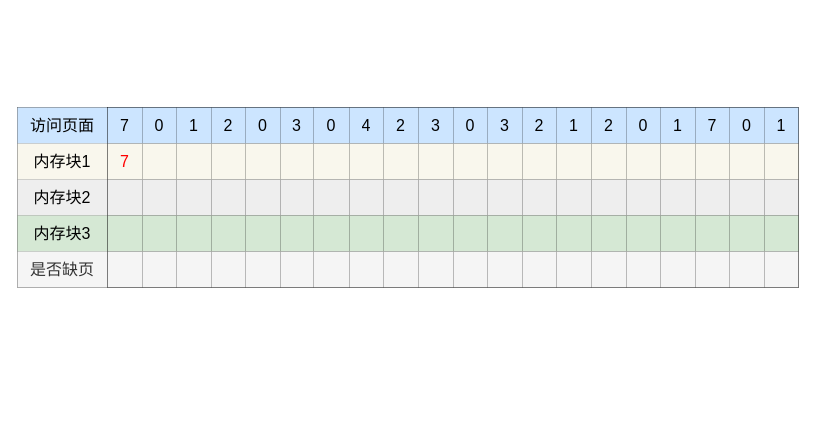
cwlili/axiu_img keeps this draw.io diagram as page "操作系统-57-1" (12 of 12) of OS.drawio. Above is the earlier version. Source tidied: cells renumbered, new cells numbered last; positions are measured from the earlier drawing's top-left corner, leaving out a move shared by most shapes. Both pictures are drawn from the tidied source at 100%, with x=0, y=0 at pixel (17, 107).
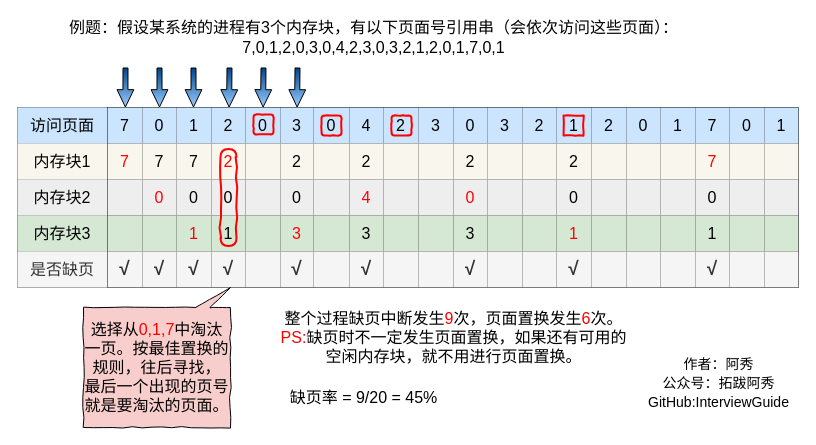
The same diagram, later.

The change refers to these unchanged cells:
```xml
<mxCell id="35" style="shape=partialRectangle;html=1;whiteSpace=wrap;fillColor=none;top=0;left=0;bottom=0;right=0;" parent="13" vertex="1">
  <mxGeometry y="36" width="691" height="36" as="geometry" />
</mxCell>
<mxCell id="56" style="shape=partialRectangle;html=1;whiteSpace=wrap;fillColor=none;top=0;left=0;bottom=0;right=0;" parent="13" vertex="1">
  <mxGeometry y="72" width="691" height="36" as="geometry" />
</mxCell>
<mxCell id="77" style="shape=partialRectangle;html=1;whiteSpace=wrap;fillColor=none;top=0;left=0;bottom=0;right=0;" parent="13" vertex="1">
  <mxGeometry y="108" width="691" height="36" as="geometry" />
</mxCell>
<mxCell id="98" style="shape=partialRectangle;html=1;whiteSpace=wrap;fillColor=none;top=0;left=0;bottom=0;right=0;" parent="13" vertex="1">
  <mxGeometry y="144" width="691" height="36" as="geometry" />
</mxCell>
```

Change to the diagram source:
```diff
@@
-    <mxCell id="37" style="shape=partialRectangle;html=1;whiteSpace=wrap;overflow=hidden;top=0;left=0;bottom=0;right=0;fillColor=#f9f7ed;strokeColor=#36393d;fontSize=16;" parent="35" vertex="1">
+    <mxCell id="37" value="7" style="shape=partialRectangle;html=1;whiteSpace=wrap;overflow=hidden;top=0;left=0;bottom=0;right=0;fillColor=#f9f7ed;strokeColor=#36393d;fontSize=16;" parent="35" vertex="1">
       <mxGeometry x="35" width="34" height="36" as="geometry" />
     </mxCell>
-    <mxCell id="38" style="shape=partialRectangle;html=1;whiteSpace=wrap;overflow=hidden;top=0;left=0;bottom=0;right=0;fillColor=#f9f7ed;strokeColor=#36393d;fontSize=16;" parent="35" vertex="1">
+    <mxCell id="38" value="7" style="shape=partialRectangle;html=1;whiteSpace=wrap;overflow=hidden;top=0;left=0;bottom=0;right=0;fillColor=#f9f7ed;strokeColor=#36393d;fontSize=16;" parent="35" vertex="1">
       <mxGeometry x="69" width="35" height="36" as="geometry" />
     </mxCell>
-    <mxCell id="39" style="shape=partialRectangle;html=1;whiteSpace=wrap;overflow=hidden;top=0;left=0;bottom=0;right=0;fillColor=#f9f7ed;strokeColor=#36393d;fontSize=16;" parent="35" vertex="1">
+    <mxCell id="39" value="&lt;font color=&quot;#ff0000&quot;&gt;2&lt;/font&gt;" style="shape=partialRectangle;html=1;whiteSpace=wrap;overflow=hidden;top=0;left=0;bottom=0;right=0;fillColor=#f9f7ed;strokeColor=#36393d;fontSize=16;" parent="35" vertex="1">
       <mxGeometry x="104" width="34" height="36" as="geometry" />
     </mxCell>
@@
-    <mxCell id="41" style="shape=partialRectangle;html=1;whiteSpace=wrap;overflow=hidden;top=0;left=0;bottom=0;right=0;fillColor=#f9f7ed;strokeColor=#36393d;fontSize=16;" parent="35" vertex="1">
+    <mxCell id="41" value="2" style="shape=partialRectangle;html=1;whiteSpace=wrap;overflow=hidden;top=0;left=0;bottom=0;right=0;fillColor=#f9f7ed;strokeColor=#36393d;fontSize=16;" parent="35" vertex="1">
       <mxGeometry x="173" width="33" height="36" as="geometry" />
     </mxCell>
@@
-    <mxCell id="43" style="shape=partialRectangle;html=1;whiteSpace=wrap;overflow=hidden;top=0;left=0;bottom=0;right=0;fillColor=#f9f7ed;strokeColor=#36393d;fontSize=16;" parent="35" vertex="1">
+    <mxCell id="43" value="2" style="shape=partialRectangle;html=1;whiteSpace=wrap;overflow=hidden;top=0;left=0;bottom=0;right=0;fillColor=#f9f7ed;strokeColor=#36393d;fontSize=16;" parent="35" vertex="1">
       <mxGeometry x="242" width="34" height="36" as="geometry" />
     </mxCell>
@@
-    <mxCell id="46" style="shape=partialRectangle;html=1;whiteSpace=wrap;overflow=hidden;top=0;left=0;bottom=0;right=0;fillColor=#f9f7ed;strokeColor=#36393d;fontSize=16;" parent="35" vertex="1">
+    <mxCell id="46" value="2" style="shape=partialRectangle;html=1;whiteSpace=wrap;overflow=hidden;top=0;left=0;bottom=0;right=0;fillColor=#f9f7ed;strokeColor=#36393d;fontSize=16;" parent="35" vertex="1">
       <mxGeometry x="346" width="34" height="36" as="geometry" />
     </mxCell>
@@
-    <mxCell id="49" style="shape=partialRectangle;html=1;whiteSpace=wrap;overflow=hidden;top=0;left=0;bottom=0;right=0;fillColor=#f9f7ed;strokeColor=#36393d;fontSize=16;" parent="35" vertex="1">
+    <mxCell id="49" value="2" style="shape=partialRectangle;html=1;whiteSpace=wrap;overflow=hidden;top=0;left=0;bottom=0;right=0;fillColor=#f9f7ed;strokeColor=#36393d;fontSize=16;" parent="35" vertex="1">
       <mxGeometry x="449" width="35" height="36" as="geometry" />
     </mxCell>
@@
-    <mxCell id="53" style="shape=partialRectangle;html=1;whiteSpace=wrap;overflow=hidden;top=0;left=0;bottom=0;right=0;fillColor=#f9f7ed;strokeColor=#36393d;fontSize=16;" parent="35" vertex="1">
+    <mxCell id="53" value="&lt;font color=&quot;#ff0000&quot;&gt;7&lt;/font&gt;" style="shape=partialRectangle;html=1;whiteSpace=wrap;overflow=hidden;top=0;left=0;bottom=0;right=0;fillColor=#f9f7ed;strokeColor=#36393d;fontSize=16;" parent="35" vertex="1">
       <mxGeometry x="588" width="34" height="36" as="geometry" />
     </mxCell>
@@
-    <mxCell id="58" style="shape=partialRectangle;html=1;whiteSpace=wrap;overflow=hidden;fillColor=#eeeeee;top=0;left=0;bottom=0;right=0;strokeColor=#36393d;fontSize=16;" parent="56" vertex="1">
+    <mxCell id="58" value="&lt;font color=&quot;#ff0000&quot;&gt;0&lt;/font&gt;" style="shape=partialRectangle;html=1;whiteSpace=wrap;overflow=hidden;fillColor=#eeeeee;top=0;left=0;bottom=0;right=0;strokeColor=#36393d;fontSize=16;" parent="56" vertex="1">
       <mxGeometry x="35" width="34" height="36" as="geometry" />
     </mxCell>
-    <mxCell id="59" style="shape=partialRectangle;html=1;whiteSpace=wrap;overflow=hidden;fillColor=#eeeeee;top=0;left=0;bottom=0;right=0;strokeColor=#36393d;fontSize=16;" parent="56" vertex="1">
+    <mxCell id="59" value="0" style="shape=partialRectangle;html=1;whiteSpace=wrap;overflow=hidden;fillColor=#eeeeee;top=0;left=0;bottom=0;right=0;strokeColor=#36393d;fontSize=16;" parent="56" vertex="1">
       <mxGeometry x="69" width="35" height="36" as="geometry" />
     </mxCell>
-    <mxCell id="60" style="shape=partialRectangle;html=1;whiteSpace=wrap;overflow=hidden;fillColor=#eeeeee;top=0;left=0;bottom=0;right=0;strokeColor=#36393d;fontSize=16;" parent="56" vertex="1">
+    <mxCell id="60" value="0" style="shape=partialRectangle;html=1;whiteSpace=wrap;overflow=hidden;fillColor=#eeeeee;top=0;left=0;bottom=0;right=0;strokeColor=#36393d;fontSize=16;" parent="56" vertex="1">
       <mxGeometry x="104" width="34" height="36" as="geometry" />
     </mxCell>
@@
-    <mxCell id="62" style="shape=partialRectangle;html=1;whiteSpace=wrap;overflow=hidden;fillColor=#eeeeee;top=0;left=0;bottom=0;right=0;strokeColor=#36393d;fontSize=16;" parent="56" vertex="1">
+    <mxCell id="62" value="0" style="shape=partialRectangle;html=1;whiteSpace=wrap;overflow=hidden;fillColor=#eeeeee;top=0;left=0;bottom=0;right=0;strokeColor=#36393d;fontSize=16;" parent="56" vertex="1">
       <mxGeometry x="173" width="33" height="36" as="geometry" />
     </mxCell>
@@
-    <mxCell id="64" style="shape=partialRectangle;html=1;whiteSpace=wrap;overflow=hidden;fillColor=#eeeeee;top=0;left=0;bottom=0;right=0;strokeColor=#36393d;fontSize=16;" parent="56" vertex="1">
+    <mxCell id="64" value="&lt;span style=&quot;color: rgb(255 , 0 , 0)&quot;&gt;4&lt;/span&gt;" style="shape=partialRectangle;html=1;whiteSpace=wrap;overflow=hidden;fillColor=#eeeeee;top=0;left=0;bottom=0;right=0;strokeColor=#36393d;fontSize=16;" parent="56" vertex="1">
       <mxGeometry x="242" width="34" height="36" as="geometry" />
     </mxCell>
@@
-    <mxCell id="67" style="shape=partialRectangle;html=1;whiteSpace=wrap;overflow=hidden;fillColor=#eeeeee;top=0;left=0;bottom=0;right=0;strokeColor=#36393d;fontSize=16;" parent="56" vertex="1">
+    <mxCell id="67" value="&lt;span style=&quot;color: rgb(255 , 0 , 0)&quot;&gt;0&lt;/span&gt;" style="shape=partialRectangle;html=1;whiteSpace=wrap;overflow=hidden;fillColor=#eeeeee;top=0;left=0;bottom=0;right=0;strokeColor=#36393d;fontSize=16;" parent="56" vertex="1">
       <mxGeometry x="346" width="34" height="36" as="geometry" />
     </mxCell>
@@
-    <mxCell id="70" style="shape=partialRectangle;html=1;whiteSpace=wrap;overflow=hidden;fillColor=#eeeeee;top=0;left=0;bottom=0;right=0;strokeColor=#36393d;fontSize=16;" parent="56" vertex="1">
+    <mxCell id="70" value="0" style="shape=partialRectangle;html=1;whiteSpace=wrap;overflow=hidden;fillColor=#eeeeee;top=0;left=0;bottom=0;right=0;strokeColor=#36393d;fontSize=16;" parent="56" vertex="1">
       <mxGeometry x="449" width="35" height="36" as="geometry" />
     </mxCell>
@@
-    <mxCell id="74" style="shape=partialRectangle;html=1;whiteSpace=wrap;overflow=hidden;fillColor=#eeeeee;top=0;left=0;bottom=0;right=0;strokeColor=#36393d;fontSize=16;" parent="56" vertex="1">
+    <mxCell id="74" value="0" style="shape=partialRectangle;html=1;whiteSpace=wrap;overflow=hidden;fillColor=#eeeeee;top=0;left=0;bottom=0;right=0;strokeColor=#36393d;fontSize=16;" parent="56" vertex="1">
       <mxGeometry x="588" width="34" height="36" as="geometry" />
     </mxCell>
@@
-    <mxCell id="80" style="shape=partialRectangle;html=1;whiteSpace=wrap;overflow=hidden;fillColor=#d5e8d4;top=0;left=0;bottom=0;right=0;strokeColor=#82b366;fontSize=16;" parent="77" vertex="1">
+    <mxCell id="80" value="&lt;font color=&quot;#ff0000&quot;&gt;1&lt;/font&gt;" style="shape=partialRectangle;html=1;whiteSpace=wrap;overflow=hidden;fillColor=#d5e8d4;top=0;left=0;bottom=0;right=0;strokeColor=#82b366;fontSize=16;" parent="77" vertex="1">
       <mxGeometry x="69" width="35" height="36" as="geometry" />
     </mxCell>
-    <mxCell id="81" style="shape=partialRectangle;html=1;whiteSpace=wrap;overflow=hidden;fillColor=#d5e8d4;top=0;left=0;bottom=0;right=0;strokeColor=#82b366;fontSize=16;" parent="77" vertex="1">
+    <mxCell id="81" value="1" style="shape=partialRectangle;html=1;whiteSpace=wrap;overflow=hidden;fillColor=#d5e8d4;top=0;left=0;bottom=0;right=0;strokeColor=#82b366;fontSize=16;" parent="77" vertex="1">
       <mxGeometry x="104" width="34" height="36" as="geometry" />
     </mxCell>
@@
-    <mxCell id="83" style="shape=partialRectangle;html=1;whiteSpace=wrap;overflow=hidden;fillColor=#d5e8d4;top=0;left=0;bottom=0;right=0;strokeColor=#82b366;fontSize=16;" parent="77" vertex="1">
+    <mxCell id="83" value="&lt;font color=&quot;#ff0000&quot;&gt;3&lt;/font&gt;" style="shape=partialRectangle;html=1;whiteSpace=wrap;overflow=hidden;fillColor=#d5e8d4;top=0;left=0;bottom=0;right=0;strokeColor=#82b366;fontSize=16;" parent="77" vertex="1">
       <mxGeometry x="173" width="33" height="36" as="geometry" />
     </mxCell>
@@
-    <mxCell id="85" style="shape=partialRectangle;html=1;whiteSpace=wrap;overflow=hidden;fillColor=#d5e8d4;top=0;left=0;bottom=0;right=0;strokeColor=#82b366;fontSize=16;" parent="77" vertex="1">
+    <mxCell id="85" value="3" style="shape=partialRectangle;html=1;whiteSpace=wrap;overflow=hidden;fillColor=#d5e8d4;top=0;left=0;bottom=0;right=0;strokeColor=#82b366;fontSize=16;" parent="77" vertex="1">
       <mxGeometry x="242" width="34" height="36" as="geometry" />
     </mxCell>
@@
-    <mxCell id="88" style="shape=partialRectangle;html=1;whiteSpace=wrap;overflow=hidden;fillColor=#d5e8d4;top=0;left=0;bottom=0;right=0;strokeColor=#82b366;fontSize=16;" parent="77" vertex="1">
+    <mxCell id="88" value="3" style="shape=partialRectangle;html=1;whiteSpace=wrap;overflow=hidden;fillColor=#d5e8d4;top=0;left=0;bottom=0;right=0;strokeColor=#82b366;fontSize=16;" parent="77" vertex="1">
       <mxGeometry x="346" width="34" height="36" as="geometry" />
     </mxCell>
@@
-    <mxCell id="91" style="shape=partialRectangle;html=1;whiteSpace=wrap;overflow=hidden;fillColor=#d5e8d4;top=0;left=0;bottom=0;right=0;strokeColor=#82b366;fontSize=16;" parent="77" vertex="1">
+    <mxCell id="91" value="&lt;font color=&quot;#ff0000&quot;&gt;1&lt;/font&gt;" style="shape=partialRectangle;html=1;whiteSpace=wrap;overflow=hidden;fillColor=#d5e8d4;top=0;left=0;bottom=0;right=0;strokeColor=#82b366;fontSize=16;" parent="77" vertex="1">
       <mxGeometry x="449" width="35" height="36" as="geometry" />
     </mxCell>
@@
-    <mxCell id="95" style="shape=partialRectangle;html=1;whiteSpace=wrap;overflow=hidden;fillColor=#d5e8d4;top=0;left=0;bottom=0;right=0;strokeColor=#82b366;fontSize=16;" parent="77" vertex="1">
+    <mxCell id="95" value="1" style="shape=partialRectangle;html=1;whiteSpace=wrap;overflow=hidden;fillColor=#d5e8d4;top=0;left=0;bottom=0;right=0;strokeColor=#82b366;fontSize=16;" parent="77" vertex="1">
       <mxGeometry x="588" width="34" height="36" as="geometry" />
     </mxCell>
@@
-    <mxCell id="99" style="shape=partialRectangle;html=1;whiteSpace=wrap;overflow=hidden;fillColor=#f5f5f5;top=0;left=0;bottom=0;right=0;strokeColor=#666666;fontColor=#333333;" parent="98" vertex="1">
+    <mxCell id="99" value="&lt;font size=&quot;1&quot;&gt;&lt;b style=&quot;font-size: 19px&quot;&gt;√&lt;/b&gt;&lt;/font&gt;" style="shape=partialRectangle;html=1;whiteSpace=wrap;overflow=hidden;fillColor=#f5f5f5;top=0;left=0;bottom=0;right=0;strokeColor=#666666;fontColor=#333333;strokeWidth=5;" parent="98" vertex="1">
       <mxGeometry width="35" height="36" as="geometry" />
     </mxCell>
-    <mxCell id="100" style="shape=partialRectangle;html=1;whiteSpace=wrap;overflow=hidden;fillColor=#f5f5f5;top=0;left=0;bottom=0;right=0;strokeColor=#666666;fontColor=#333333;fontSize=16;" parent="98" vertex="1">
+    <mxCell id="100" value="&lt;b style=&quot;font-size: 19px&quot;&gt;√&lt;/b&gt;" style="shape=partialRectangle;html=1;whiteSpace=wrap;overflow=hidden;fillColor=#f5f5f5;top=0;left=0;bottom=0;right=0;strokeColor=#666666;fontColor=#333333;fontSize=16;" parent="98" vertex="1">
       <mxGeometry x="35" width="34" height="36" as="geometry" />
     </mxCell>
-    <mxCell id="101" style="shape=partialRectangle;html=1;whiteSpace=wrap;overflow=hidden;fillColor=#f5f5f5;top=0;left=0;bottom=0;right=0;strokeColor=#666666;fontColor=#333333;fontSize=16;" parent="98" vertex="1">
+    <mxCell id="101" value="&lt;b style=&quot;font-size: 19px&quot;&gt;√&lt;/b&gt;" style="shape=partialRectangle;html=1;whiteSpace=wrap;overflow=hidden;fillColor=#f5f5f5;top=0;left=0;bottom=0;right=0;strokeColor=#666666;fontColor=#333333;fontSize=16;" parent="98" vertex="1">
       <mxGeometry x="69" width="35" height="36" as="geometry" />
     </mxCell>
-    <mxCell id="102" style="shape=partialRectangle;html=1;whiteSpace=wrap;overflow=hidden;fillColor=#f5f5f5;top=0;left=0;bottom=0;right=0;strokeColor=#666666;fontColor=#333333;fontSize=16;" parent="98" vertex="1">
+    <mxCell id="102" value="&lt;b style=&quot;font-size: 19px&quot;&gt;√&lt;/b&gt;" style="shape=partialRectangle;html=1;whiteSpace=wrap;overflow=hidden;fillColor=#f5f5f5;top=0;left=0;bottom=0;right=0;strokeColor=#666666;fontColor=#333333;fontSize=16;" parent="98" vertex="1">
       <mxGeometry x="104" width="34" height="36" as="geometry" />
     </mxCell>
@@
-    <mxCell id="104" style="shape=partialRectangle;html=1;whiteSpace=wrap;overflow=hidden;fillColor=#f5f5f5;top=0;left=0;bottom=0;right=0;strokeColor=#666666;fontColor=#333333;fontSize=16;" parent="98" vertex="1">
+    <mxCell id="104" value="&lt;b style=&quot;font-size: 19px&quot;&gt;√&lt;/b&gt;" style="shape=partialRectangle;html=1;whiteSpace=wrap;overflow=hidden;fillColor=#f5f5f5;top=0;left=0;bottom=0;right=0;strokeColor=#666666;fontColor=#333333;fontSize=16;" parent="98" vertex="1">
       <mxGeometry x="173" width="33" height="36" as="geometry" />
     </mxCell>
@@
-    <mxCell id="106" style="shape=partialRectangle;html=1;whiteSpace=wrap;overflow=hidden;fillColor=#f5f5f5;top=0;left=0;bottom=0;right=0;strokeColor=#666666;fontColor=#333333;fontSize=16;" parent="98" vertex="1">
+    <mxCell id="106" value="&lt;b style=&quot;font-size: 19px&quot;&gt;√&lt;/b&gt;" style="shape=partialRectangle;html=1;whiteSpace=wrap;overflow=hidden;fillColor=#f5f5f5;top=0;left=0;bottom=0;right=0;strokeColor=#666666;fontColor=#333333;fontSize=16;" parent="98" vertex="1">
       <mxGeometry x="242" width="34" height="36" as="geometry" />
     </mxCell>
@@
-    <mxCell id="109" style="shape=partialRectangle;html=1;whiteSpace=wrap;overflow=hidden;fillColor=#f5f5f5;top=0;left=0;bottom=0;right=0;strokeColor=#666666;fontColor=#333333;fontSize=16;" parent="98" vertex="1">
+    <mxCell id="109" value="&lt;b style=&quot;font-size: 19px&quot;&gt;√&lt;/b&gt;" style="shape=partialRectangle;html=1;whiteSpace=wrap;overflow=hidden;fillColor=#f5f5f5;top=0;left=0;bottom=0;right=0;strokeColor=#666666;fontColor=#333333;fontSize=16;" parent="98" vertex="1">
       <mxGeometry x="346" width="34" height="36" as="geometry" />
     </mxCell>
@@
-    <mxCell id="112" style="shape=partialRectangle;html=1;whiteSpace=wrap;overflow=hidden;fillColor=#f5f5f5;top=0;left=0;bottom=0;right=0;strokeColor=#666666;fontColor=#333333;fontSize=16;" parent="98" vertex="1">
+    <mxCell id="112" value="&lt;b style=&quot;font-size: 19px&quot;&gt;√&lt;/b&gt;" style="shape=partialRectangle;html=1;whiteSpace=wrap;overflow=hidden;fillColor=#f5f5f5;top=0;left=0;bottom=0;right=0;strokeColor=#666666;fontColor=#333333;fontSize=16;" parent="98" vertex="1">
       <mxGeometry x="449" width="35" height="36" as="geometry" />
     </mxCell>
@@
-    <mxCell id="116" style="shape=partialRectangle;html=1;whiteSpace=wrap;overflow=hidden;fillColor=#f5f5f5;top=0;left=0;bottom=0;right=0;strokeColor=#666666;fontColor=#333333;fontSize=16;" parent="98" vertex="1">
+    <mxCell id="116" value="&lt;b style=&quot;font-size: 19px&quot;&gt;√&lt;/b&gt;" style="shape=partialRectangle;html=1;whiteSpace=wrap;overflow=hidden;fillColor=#f5f5f5;top=0;left=0;bottom=0;right=0;strokeColor=#666666;fontColor=#333333;fontSize=16;" parent="98" vertex="1">
       <mxGeometry x="588" width="34" height="36" as="geometry" />
     </mxCell>
@@
+    <mxCell id="119" style="rounded=1;whiteSpace=wrap;html=1;shadow=0;comic=1;sketch=0;fontSize=16;strokeWidth=2;gradientColor=none;fillColor=none;strokeColor=#FF0000;" parent="1" vertex="1">
+      <mxGeometry x="236" y="7" width="20" height="20" as="geometry" />
+    </mxCell>
+    <mxCell id="120" style="rounded=1;whiteSpace=wrap;html=1;shadow=0;comic=1;sketch=0;fontSize=16;strokeWidth=2;gradientColor=none;fillColor=none;strokeColor=#FF0000;" parent="1" vertex="1">
+      <mxGeometry x="304" y="8" width="20" height="20" as="geometry" />
+    </mxCell>
+    <mxCell id="121" style="rounded=1;whiteSpace=wrap;html=1;shadow=0;comic=1;sketch=0;fontSize=16;strokeWidth=2;gradientColor=none;fillColor=none;strokeColor=#FF0000;" parent="1" vertex="1">
+      <mxGeometry x="374" y="8" width="20" height="20" as="geometry" />
+    </mxCell>
+    <mxCell id="122" style="rounded=1;whiteSpace=wrap;html=1;shadow=0;comic=1;sketch=0;fontSize=16;strokeWidth=2;gradientColor=none;fillColor=none;strokeColor=#FF0000;arcSize=0;" parent="1" vertex="1">
+      <mxGeometry x="546" y="8" width="20" height="20" as="geometry" />
+    </mxCell>
+    <mxCell id="123" style="rounded=1;whiteSpace=wrap;html=1;shadow=0;comic=1;sketch=0;fontSize=16;strokeWidth=2;gradientColor=none;fillColor=none;strokeColor=#FF0000;arcSize=50;" parent="1" vertex="1">
+      <mxGeometry x="203" y="41.5" width="16" height="97" as="geometry" />
+    </mxCell>
+    <mxCell id="124" style="shape=flexArrow;endArrow=classic;html=1;fontSize=16;strokeColor=#000000;strokeWidth=1;fillColor=#00458A;gradientColor=#99CCFF;entryX=0.052;entryY=0;entryDx=0;entryDy=0;entryPerimeter=0;width=5;endSize=5.45;endWidth=10.833333333333334;" parent="1" edge="1">
+      <mxGeometry relative="1" as="geometry">
+        <mxPoint x="108" y="-40" as="sourcePoint" />
+        <mxPoint x="107.9" as="targetPoint" />
+      </mxGeometry>
+    </mxCell>
+    <mxCell id="125" style="shape=flexArrow;endArrow=classic;html=1;fontSize=16;strokeColor=#000000;strokeWidth=1;fillColor=#00458A;gradientColor=#99CCFF;entryX=0.052;entryY=0;entryDx=0;entryDy=0;entryPerimeter=0;width=5;endSize=5.45;endWidth=10.833333333333334;" parent="1" edge="1">
+      <mxGeometry relative="1" as="geometry">
+        <mxPoint x="142" y="-40" as="sourcePoint" />
+        <mxPoint x="142" as="targetPoint" />
+      </mxGeometry>
+    </mxCell>
+    <mxCell id="126" style="shape=flexArrow;endArrow=classic;html=1;fontSize=16;strokeColor=#000000;strokeWidth=1;fillColor=#00458A;gradientColor=#99CCFF;entryX=0.052;entryY=0;entryDx=0;entryDy=0;entryPerimeter=0;width=5;endSize=5.45;endWidth=10.833333333333334;" parent="1" edge="1">
+      <mxGeometry relative="1" as="geometry">
+        <mxPoint x="176" y="-40" as="sourcePoint" />
+        <mxPoint x="176" as="targetPoint" />
+      </mxGeometry>
+    </mxCell>
+    <mxCell id="127" style="shape=flexArrow;endArrow=classic;html=1;fontSize=16;strokeColor=#000000;strokeWidth=1;fillColor=#00458A;gradientColor=#99CCFF;entryX=0.052;entryY=0;entryDx=0;entryDy=0;entryPerimeter=0;width=5;endSize=5.45;endWidth=10.833333333333334;" parent="1" edge="1">
+      <mxGeometry relative="1" as="geometry">
+        <mxPoint x="212" y="-40" as="sourcePoint" />
+        <mxPoint x="211.6" as="targetPoint" />
+      </mxGeometry>
+    </mxCell>
+    <mxCell id="128" style="shape=flexArrow;endArrow=classic;html=1;fontSize=16;strokeColor=#000000;strokeWidth=1;fillColor=#00458A;gradientColor=#99CCFF;entryX=0.052;entryY=0;entryDx=0;entryDy=0;entryPerimeter=0;width=5;endSize=5.45;endWidth=10.833333333333334;" parent="1" edge="1">
+      <mxGeometry relative="1" as="geometry">
+        <mxPoint x="246" y="-40" as="sourcePoint" />
+        <mxPoint x="245.6" as="targetPoint" />
+      </mxGeometry>
+    </mxCell>
+    <mxCell id="129" style="shape=flexArrow;endArrow=classic;html=1;fontSize=16;strokeColor=#000000;strokeWidth=1;fillColor=#00458A;gradientColor=#99CCFF;entryX=0.052;entryY=0;entryDx=0;entryDy=0;entryPerimeter=0;width=5;endSize=5.45;endWidth=10.833333333333334;" parent="1" edge="1">
+      <mxGeometry relative="1" as="geometry">
+        <mxPoint x="280" y="-40" as="sourcePoint" />
+        <mxPoint x="279.6" as="targetPoint" />
+      </mxGeometry>
+    </mxCell>
+    <mxCell id="130" style="shape=callout;whiteSpace=wrap;html=1;perimeter=calloutPerimeter;fontSize=16;strokeWidth=1;fillColor=#f8cecc;rotation=-180;base=14;size=20;position=0.14;position2=0;comic=1;" parent="1" vertex="1">
+      <mxGeometry x="66" y="180" width="147" height="140" as="geometry" />
+    </mxCell>
+    <mxCell id="131" value="选择从&lt;font color=&quot;#ff0000&quot;&gt;0,1,7&lt;/font&gt;中淘汰&lt;br&gt;一页。按最佳置换的&lt;br&gt;规则，往后寻找，&lt;br&gt;最后一个出现的页号&lt;br&gt;就是要淘汰的页面。" style="text;html=1;align=center;verticalAlign=middle;strokeColor=none;fontSize=16;" parent="1" vertex="1">
+      <mxGeometry x="59" y="210" width="160" height="100" as="geometry" />
+    </mxCell>
+    <mxCell id="132" value="整个过程缺页中断发生&lt;font color=&quot;#ff0000&quot;&gt;9&lt;/font&gt;次，页面置换发生&lt;font color=&quot;#ff0000&quot;&gt;6&lt;/font&gt;次。&lt;br&gt;&lt;font color=&quot;#ff0000&quot;&gt;PS:&lt;/font&gt;缺页时不一定发生页面置换，如果还有可用的&lt;br&gt;空闲内存块，就不用进行页面置换。" style="text;html=1;align=center;verticalAlign=middle;strokeColor=none;fontSize=16;" parent="1" vertex="1">
+      <mxGeometry x="256" y="200" width="360" height="60" as="geometry" />
+    </mxCell>
+    <mxCell id="133" value="缺页率 = 9/20 = 45%" style="text;html=1;align=center;verticalAlign=middle;strokeColor=none;fontSize=16;" parent="1" vertex="1">
+      <mxGeometry x="266" y="280" width="160" height="20" as="geometry" />
+    </mxCell>
+    <mxCell id="134" value="例题：假设某系统的进程有3个内存块，有以下页面号引用串（会依次访问这些页面）：&lt;br&gt;7,0,1,2,0,3,0,4,2,3,0,3,2,1,2,0,1,7,0,1" style="text;html=1;align=center;verticalAlign=middle;strokeColor=none;fontSize=16;" parent="1" vertex="1">
+      <mxGeometry x="41" y="-90" width="630" height="40" as="geometry" />
+    </mxCell>
+    <mxCell id="135" value="&lt;font&gt;&lt;font style=&quot;font-size: 14px&quot;&gt;作者：阿秀&lt;br&gt;公众号：拓跋阿秀&lt;br&gt;GitHub:InterviewGuide&lt;/font&gt;&lt;br&gt;&lt;/font&gt;" style="text;html=1;align=center;verticalAlign=middle;rounded=0;shadow=0;comic=1;sketch=0;fontSize=16;strokeWidth=5;fillColor=none;gradientColor=none;" parent="1" vertex="1">
+      <mxGeometry x="621" y="250" width="160" height="50" as="geometry" />
+    </mxCell>
```
